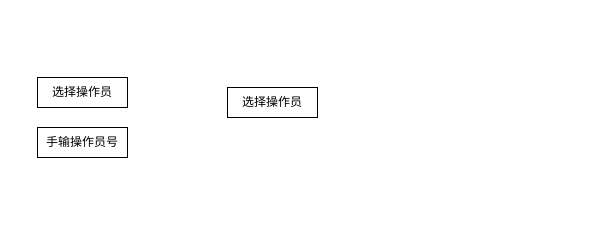
Before: Untitled Diagram.drawio in xin78693304/mycharts, a draw.io diagram. Source tidied: cells renumbered, new cells numbered last; positions are measured from the earlier drawing's top-left corner, leaving out a move shared by most shapes. Both pictures are drawn from the tidied source at 100%, with x=0, y=0 at pixel (37, 77).
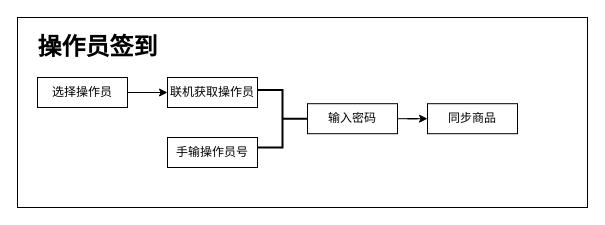
The same page after the edit.

What changed in the source:
```diff
@@
 <mxGraphModel background="#ffffff">
   <root>
     <mxCell id="0" />
     <mxCell id="1" parent="0" />
+    <mxCell id="5" style="edgeStyle=orthogonalEdgeStyle;rounded=0;jettySize=auto;html=1;exitX=1;exitY=0.5;exitDx=0;exitDy=0;" parent="1" edge="1" source="2" target="4">
+      <mxGeometry relative="1" as="geometry" />
+    </mxCell>
     <mxCell id="2" value="选择操作员" style="rounded=0;whiteSpace=wrap;html=1;" parent="1" vertex="1">
       <mxGeometry width="90" height="30" as="geometry" />
     </mxCell>
     <mxCell id="3" value="手输操作员号" style="rounded=0;whiteSpace=wrap;html=1;" parent="1" vertex="1">
-      <mxGeometry y="50" width="90" height="30" as="geometry" />
+      <mxGeometry x="130" y="60" width="90" height="30" as="geometry" />
     </mxCell>
-    <mxCell id="4" value="选择操作员" style="rounded=0;whiteSpace=wrap;html=1;" parent="1" vertex="1">
-      <mxGeometry x="190" y="10" width="90" height="30" as="geometry" />
+    <mxCell id="4" value="联机获取操作员" style="rounded=0;whiteSpace=wrap;html=1;" parent="1" vertex="1">
+      <mxGeometry x="130" width="90" height="30" as="geometry" />
     </mxCell>
+    <mxCell id="6" style="edgeStyle=orthogonalEdgeStyle;rounded=0;jettySize=auto;html=1;exitX=1;exitY=0.5;exitDx=0;exitDy=0;" parent="1" edge="1" source="7" target="8">
+      <mxGeometry relative="1" as="geometry" />
+    </mxCell>
+    <mxCell id="7" value="输入密码" style="rounded=0;whiteSpace=wrap;html=1;" parent="1" vertex="1">
+      <mxGeometry x="270" y="26.2" width="90" height="30" as="geometry" />
+    </mxCell>
+    <mxCell id="8" value="同步商品" style="rounded=0;whiteSpace=wrap;html=1;" parent="1" vertex="1">
+      <mxGeometry x="390" y="26.2" width="90" height="30" as="geometry" />
+    </mxCell>
+    <mxCell id="9" style="strokeWidth=2;html=1;shape=mxgraph.flowchart.annotation_2;align=left;labelPosition=right;rotation=-180;" parent="1" vertex="1">
+      <mxGeometry x="220" y="12.5" width="50" height="57.5" as="geometry" />
+    </mxCell>
+    <mxCell id="10" style="rounded=0;whiteSpace=wrap;html=1;fillColor=none;" parent="1" vertex="1">
+      <mxGeometry x="-20" y="-60" width="570" height="190" as="geometry" />
+    </mxCell>
+    <mxCell id="11" value="操作员签到" style="text;strokeColor=none;fillColor=none;html=1;fontSize=24;fontStyle=1;verticalAlign=middle;align=center;" parent="1" vertex="1">
+      <mxGeometry x="10" y="-50" width="100" height="40" as="geometry" />
+    </mxCell>
   </root>
 </mxGraphModel>
```
